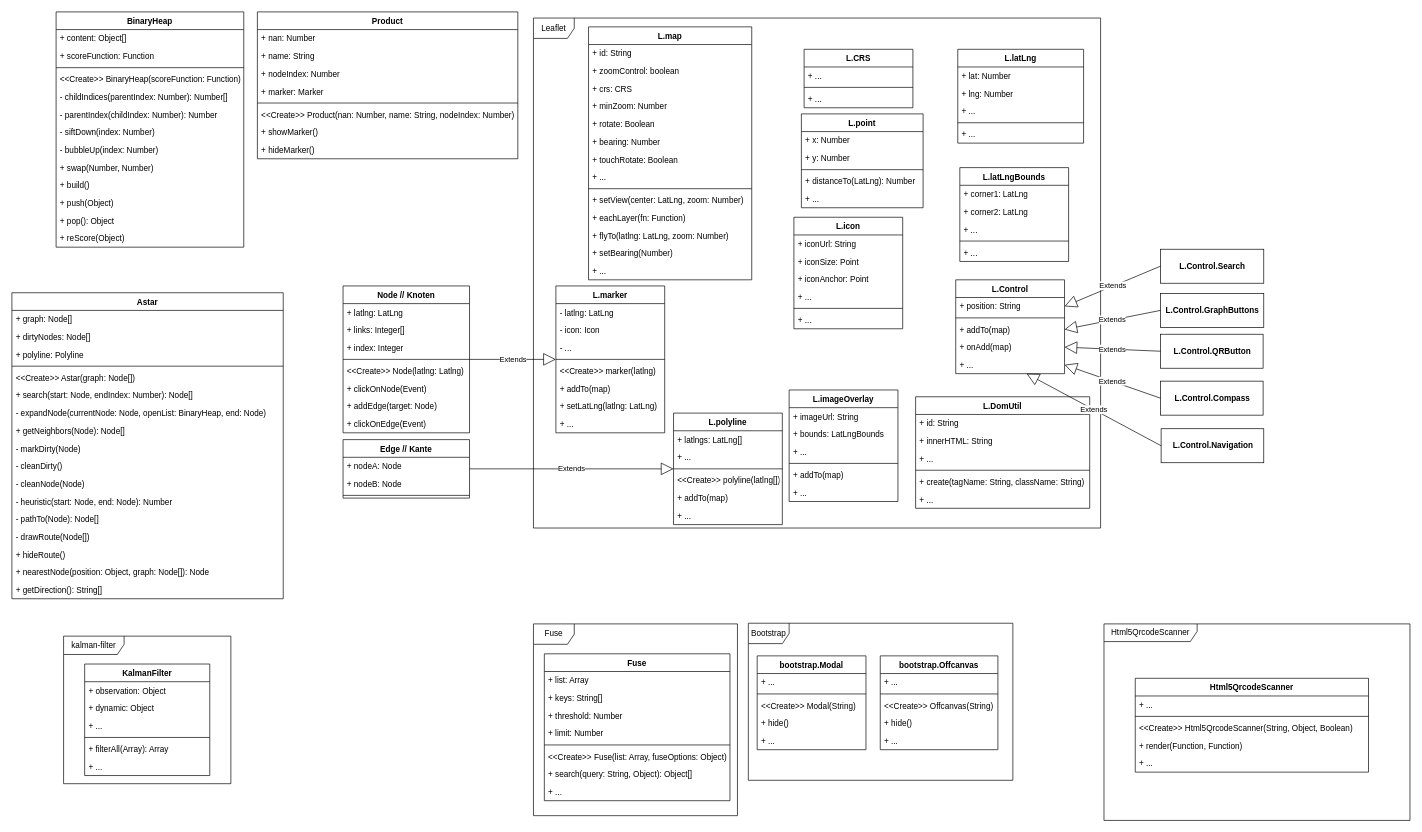
Above: drawio/klassen.drawio in danielgilbers/indoor-navigation (draw.io), before the change. Source tidied: cells renumbered, new cells numbered last; positions are measured from the earlier drawing's top-left corner, leaving out a move shared by most shapes. Both pictures are drawn from the tidied source at 68%, with x=0, y=0 at pixel (12, 12).
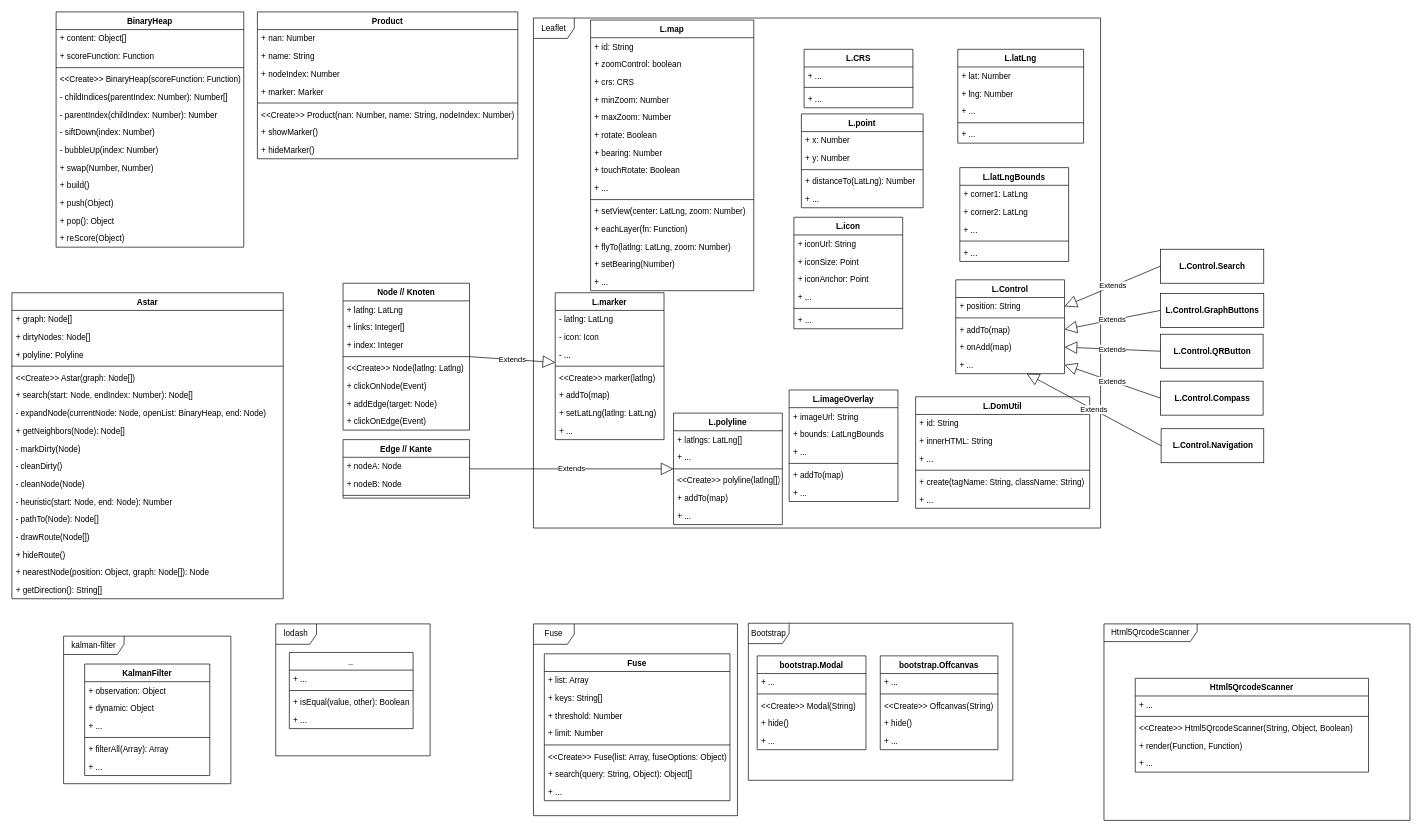
Above is the later version.

Commit message (it also covers changes not shown here):
update class diagram

Diff of the diagram source:
```diff
@@
     <mxCell id="6" value="Node // Knoten" style="swimlane;fontStyle=1;align=center;verticalAlign=top;horizontal=1;startSize=26;" parent="1" vertex="1">
-      <mxGeometry x="487" y="403" width="186" height="216" as="geometry" />
+      <mxGeometry x="487" y="399" width="186" height="216" as="geometry" />
     </mxCell>
@@
     <mxCell id="15" value="L.marker" style="swimlane;fontStyle=1;align=center;verticalAlign=top;horizontal=1;startSize=26;" parent="1" vertex="1">
-      <mxGeometry x="800" y="403" width="160" height="216" as="geometry" />
+      <mxGeometry x="799" y="413" width="160" height="216" as="geometry" />
     </mxCell>
@@
     <mxCell id="44" value="L.map" style="swimlane;fontStyle=1;align=center;verticalAlign=top;horizontal=1;startSize=26;" parent="1" vertex="1">
-      <mxGeometry x="848" y="22" width="240" height="372" as="geometry" />
+      <mxGeometry x="851" y="12" width="240" height="398" as="geometry" />
     </mxCell>
@@
+    <mxCell id="187" value="+ maxZoom: Number" style="text;strokeColor=none;fillColor=none;align=left;verticalAlign=top;spacingLeft=4;spacingRight=4;overflow=hidden;" parent="44" vertex="1">
+      <mxGeometry y="130" width="240" height="26" as="geometry" />
+    </mxCell>
     <mxCell id="49" value="+ rotate: Boolean" style="text;strokeColor=none;fillColor=none;align=left;verticalAlign=top;spacingLeft=4;spacingRight=4;overflow=hidden;" parent="44" vertex="1">
-      <mxGeometry y="130" width="240" height="26" as="geometry" />
+      <mxGeometry y="156" width="240" height="26" as="geometry" />
     </mxCell>
     <mxCell id="50" value="+ bearing: Number" style="text;strokeColor=none;fillColor=none;align=left;verticalAlign=top;spacingLeft=4;spacingRight=4;overflow=hidden;" parent="44" vertex="1">
-      <mxGeometry y="156" width="240" height="26" as="geometry" />
+      <mxGeometry y="182" width="240" height="26" as="geometry" />
     </mxCell>
     <mxCell id="51" value="+ touchRotate: Boolean" style="text;strokeColor=none;fillColor=none;align=left;verticalAlign=top;spacingLeft=4;spacingRight=4;overflow=hidden;" parent="44" vertex="1">
-      <mxGeometry y="182" width="240" height="26" as="geometry" />
+      <mxGeometry y="208" width="240" height="26" as="geometry" />
     </mxCell>
     <mxCell id="52" value="+ ..." style="text;strokeColor=none;fillColor=none;align=left;verticalAlign=top;spacingLeft=4;spacingRight=4;overflow=hidden;" parent="44" vertex="1">
-      <mxGeometry y="208" width="240" height="26" as="geometry" />
+      <mxGeometry y="234" width="240" height="26" as="geometry" />
     </mxCell>
     <mxCell id="53" style="line;strokeWidth=1;fillColor=none;align=left;verticalAlign=middle;spacingTop=-1;spacingLeft=3;spacingRight=3;labelPosition=right;strokeColor=inherit;" parent="44" vertex="1">
-      <mxGeometry y="234" width="240" height="8" as="geometry" />
+      <mxGeometry y="260" width="240" height="8" as="geometry" />
     </mxCell>
     <mxCell id="54" value="+ setView(center: LatLng, zoom: Number)" style="text;strokeColor=none;fillColor=none;align=left;verticalAlign=top;spacingLeft=4;spacingRight=4;overflow=hidden;" parent="44" vertex="1">
-      <mxGeometry y="242" width="240" height="26" as="geometry" />
+      <mxGeometry y="268" width="240" height="26" as="geometry" />
     </mxCell>
     <mxCell id="55" value="+ eachLayer(fn: Function)" style="text;strokeColor=none;fillColor=none;align=left;verticalAlign=top;spacingLeft=4;spacingRight=4;overflow=hidden;" parent="44" vertex="1">
-      <mxGeometry y="268" width="240" height="26" as="geometry" />
+      <mxGeometry y="294" width="240" height="26" as="geometry" />
     </mxCell>
     <mxCell id="56" value="+ flyTo(latlng: LatLng, zoom: Number)" style="text;strokeColor=none;fillColor=none;align=left;verticalAlign=top;spacingLeft=4;spacingRight=4;overflow=hidden;" parent="44" vertex="1">
-      <mxGeometry y="294" width="240" height="26" as="geometry" />
+      <mxGeometry y="320" width="240" height="26" as="geometry" />
     </mxCell>
     <mxCell id="57" value="+ setBearing(Number)" style="text;strokeColor=none;fillColor=none;align=left;verticalAlign=top;spacingLeft=4;spacingRight=4;overflow=hidden;" parent="44" vertex="1">
-      <mxGeometry y="320" width="240" height="26" as="geometry" />
+      <mxGeometry y="346" width="240" height="26" as="geometry" />
     </mxCell>
     <mxCell id="58" value="+ ..." style="text;strokeColor=none;fillColor=none;align=left;verticalAlign=top;spacingLeft=4;spacingRight=4;overflow=hidden;" parent="44" vertex="1">
-      <mxGeometry y="346" width="240" height="26" as="geometry" />
+      <mxGeometry y="372" width="240" height="26" as="geometry" />
     </mxCell>
@@
+    <mxCell id="188" value="lodash" style="shape=umlFrame;whiteSpace=wrap;html=1;" parent="1" vertex="1">
+      <mxGeometry x="388" y="900" width="227" height="194" as="geometry" />
+    </mxCell>
+    <mxCell id="189" value="_" style="swimlane;fontStyle=1;align=center;verticalAlign=top;horizontal=1;startSize=26;" parent="1" vertex="1">
+      <mxGeometry x="408" y="942" width="182" height="112" as="geometry" />
+    </mxCell>
+    <mxCell id="190" value="+ ..." style="text;strokeColor=none;fillColor=none;align=left;verticalAlign=top;spacingLeft=4;spacingRight=4;overflow=hidden;" parent="189" vertex="1">
+      <mxGeometry y="26" width="182" height="26" as="geometry" />
+    </mxCell>
+    <mxCell id="191" style="line;strokeWidth=1;fillColor=none;align=left;verticalAlign=middle;spacingTop=-1;spacingLeft=3;spacingRight=3;labelPosition=right;strokeColor=inherit;" parent="189" vertex="1">
+      <mxGeometry y="52" width="182" height="8" as="geometry" />
+    </mxCell>
+    <mxCell id="192" value="+ isEqual(value, other): Boolean" style="text;strokeColor=none;fillColor=none;align=left;verticalAlign=top;spacingLeft=4;spacingRight=4;overflow=hidden;" parent="189" vertex="1">
+      <mxGeometry y="60" width="182" height="26" as="geometry" />
+    </mxCell>
+    <mxCell id="193" value="+ ..." style="text;strokeColor=none;fillColor=none;align=left;verticalAlign=top;spacingLeft=4;spacingRight=4;overflow=hidden;" parent="189" vertex="1">
+      <mxGeometry y="86" width="182" height="26" as="geometry" />
+    </mxCell>
```
